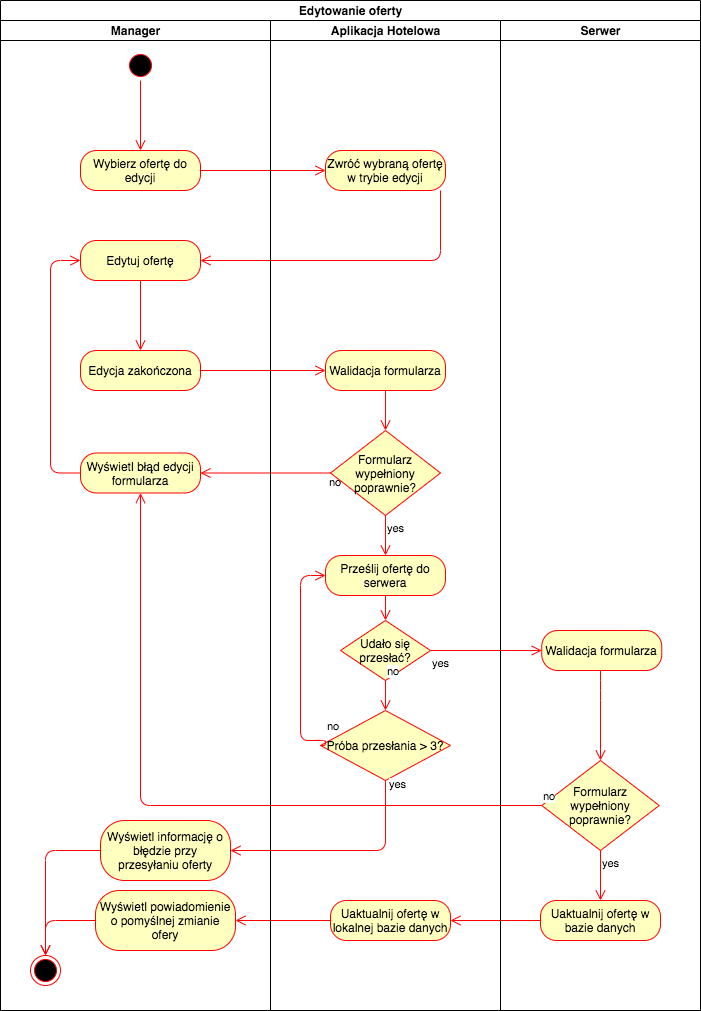
The draw.io diagram Aktywnosc/IO_Aktywności-Edytowanie oferty.png in pw-software-engineering/specification, before a commit. Source tidied: cells renumbered, new cells last; positions are measured from the earlier drawing's top-left corner, leaving out a move shared by most shapes.
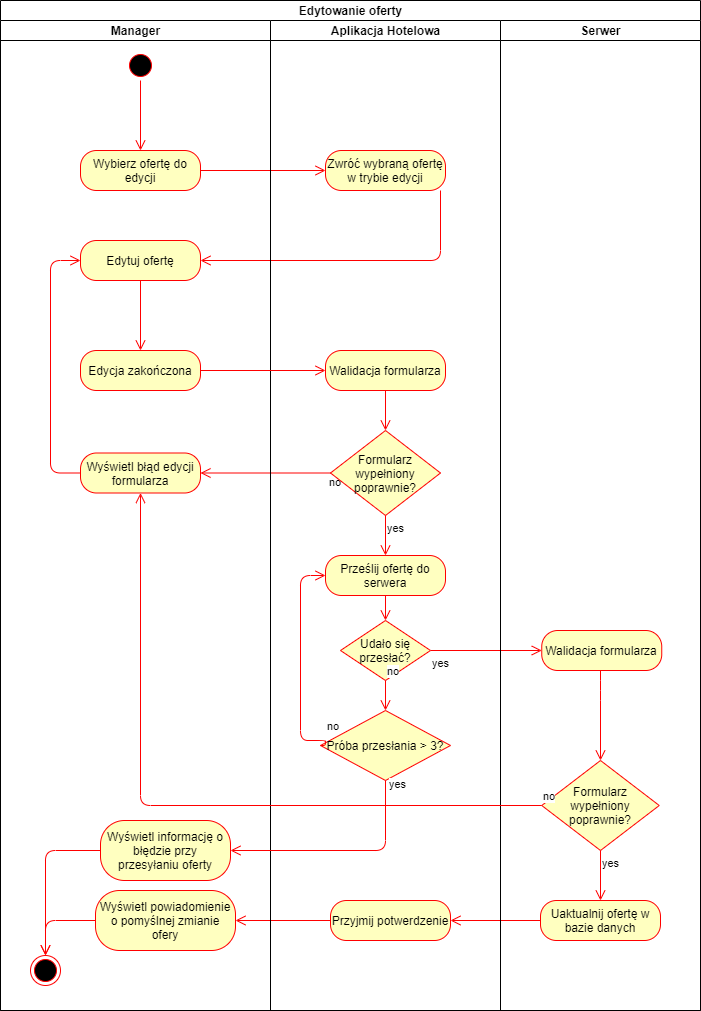
Later version of the same file.

Diff of the diagram source:
```diff
@@ -73,12 +73,12 @@
     <mxCell id="20" value="yes" style="edgeStyle=orthogonalEdgeStyle;html=1;align=left;verticalAlign=top;endArrow=open;endSize=8;strokeColor=#ff0000;entryX=0;entryY=0.5;entryDx=0;entryDy=0;" parent="2" edge="1" source="31" target="38">
       <mxGeometry x="-1" relative="1" as="geometry" />
     </mxCell>
-    <mxCell id="21" style="edgeStyle=orthogonalEdgeStyle;html=1;verticalAlign=bottom;endArrow=open;endSize=8;strokeColor=#ff0000;entryX=1;entryY=0.5;entryDx=0;entryDy=0;" parent="2" edge="1" source="37" target="32">
-      <mxGeometry relative="1" as="geometry" />
-    </mxCell>
-    <mxCell id="22" style="edgeStyle=orthogonalEdgeStyle;html=1;verticalAlign=bottom;endArrow=open;endSize=8;strokeColor=#ff0000;exitX=0;exitY=0.5;exitDx=0;exitDy=0;entryX=1;entryY=0.5;entryDx=0;entryDy=0;" parent="2" edge="1" source="32" target="9">
-      <mxGeometry relative="1" as="geometry" />
-    </mxCell>
+    <mxCell id="45" style="edgeStyle=orthogonalEdgeStyle;html=1;verticalAlign=bottom;endArrow=open;endSize=8;strokeColor=#ff0000;entryX=1;entryY=0.5;entryDx=0;entryDy=0;" parent="2" edge="1" source="37" target="47">
+      <mxGeometry relative="1" as="geometry" />
+    </mxCell>
+    <mxCell id="46" style="edgeStyle=orthogonalEdgeStyle;html=1;verticalAlign=bottom;endArrow=open;endSize=8;strokeColor=#ff0000;exitX=0;exitY=0.5;exitDx=0;exitDy=0;entryX=1;entryY=0.5;entryDx=0;entryDy=0;" parent="2" edge="1" source="47" target="9">
+      <mxGeometry relative="1" as="geometry" />
+    </mxCell>
     <mxCell id="23" value="Aplikacja Hotelowa" style="swimlane;html=1;startSize=20;" parent="2" vertex="1">
       <mxGeometry x="270" y="20" width="230" height="990" as="geometry" />
     </mxCell>
@@ -106,9 +106,9 @@
     <mxCell id="31" value="Udało się przesłać?" style="rhombus;whiteSpace=wrap;html=1;fillColor=#ffffc0;strokeColor=#ff0000;" parent="23" vertex="1">
       <mxGeometry x="70" y="600" width="90" height="60" as="geometry" />
     </mxCell>
-    <mxCell id="32" value="Uaktualnij ofertę w lokalnej bazie danych" style="rounded=1;whiteSpace=wrap;html=1;arcSize=40;fontColor=#000000;fillColor=#ffffc0;strokeColor=#ff0000;" parent="23" vertex="1">
-      <mxGeometry x="60" y="880" width="120" height="40" as="geometry" />
-    </mxCell>
+    <mxCell id="47" value="Przyjmij potwerdzenie" style="rounded=1;whiteSpace=wrap;html=1;arcSize=40;fontColor=#000000;fillColor=#ffffc0;strokeColor=#ff0000;" parent="23" vertex="1">
+      <mxGeometry x="60" y="880" width="120" height="40" as="geometry" />
+    </mxCell>
     <mxCell id="33" value="Próba przesłania &amp;gt; 3?" style="rhombus;whiteSpace=wrap;html=1;fillColor=#ffffc0;strokeColor=#ff0000;" parent="23" vertex="1">
       <mxGeometry x="50" y="690" width="130" height="70" as="geometry" />
     </mxCell>
```
